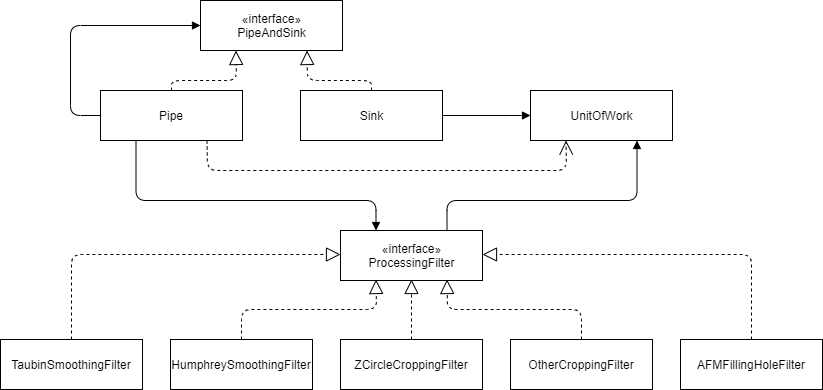
Before: image_class_diagram_3D FER_PipeAndFilter.png, a diagram exported from draw.io (DodoCafe/NTUT2020SpringDesignPatternFinalProject). Source tidied: cells renumbered, new cells last; positions are measured from the earlier drawing's top-left corner, leaving out a move shared by most shapes.
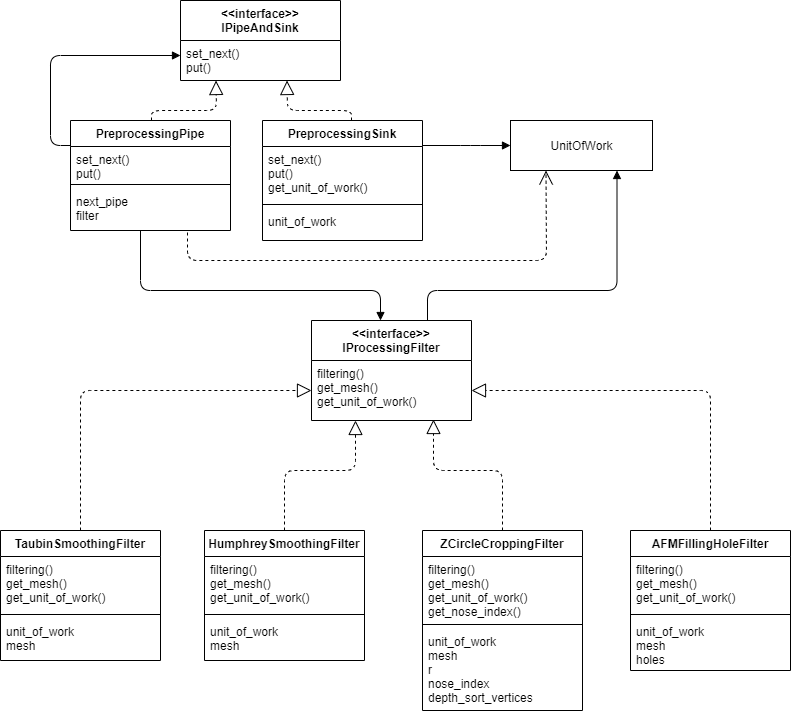
The same diagram one commit later.

Commit message:
[Fix] change class diagram

The edit, as a diff of the source:
```diff
@@ -2,11 +2,9 @@
   <root>
     <mxCell id="0" />
     <mxCell id="1" parent="0" />
-    <mxCell id="2" value="Pipe" style="rounded=0;whiteSpace=wrap;html=1;" parent="1" vertex="1">
-      <mxGeometry x="100" y="90" width="142" height="50" as="geometry" />
-    </mxCell>
-    <mxCell id="3" style="endArrow=block;dashed=1;endFill=0;endSize=12;html=1;entryX=0.25;entryY=1;entryDx=0;entryDy=0;exitX=0.5;exitY=0;exitDx=0;exitDy=0;" parent="1" edge="1" source="2">
+    <mxCell id="3" style="endArrow=block;dashed=1;endFill=0;endSize=12;html=1;entryX=0.25;entryY=1;entryDx=0;entryDy=0;exitX=0.5;exitY=0;exitDx=0;exitDy=0;" parent="1" edge="1">
       <mxGeometry relative="1" as="geometry">
+        <mxPoint x="171" y="90" as="sourcePoint" />
         <mxPoint x="235.5" y="50" as="targetPoint" />
         <Array as="points">
           <mxPoint x="171" y="80" />
@@ -14,21 +12,6 @@
         </Array>
       </mxGeometry>
     </mxCell>
-    <mxCell id="4" value="TaubinSmoothingFilter" style="rounded=0;whiteSpace=wrap;html=1;" parent="1" vertex="1">
-      <mxGeometry y="339" width="142" height="50" as="geometry" />
-    </mxCell>
-    <mxCell id="5" value="HumphreySmoothingFilter" style="rounded=0;whiteSpace=wrap;html=1;" parent="1" vertex="1">
-      <mxGeometry x="170" y="339" width="142" height="50" as="geometry" />
-    </mxCell>
-    <mxCell id="6" value="ZCircleCroppingFilter" style="rounded=0;whiteSpace=wrap;html=1;" parent="1" vertex="1">
-      <mxGeometry x="340" y="339" width="142" height="50" as="geometry" />
-    </mxCell>
-    <mxCell id="7" value="OtherCroppingFilter" style="rounded=0;whiteSpace=wrap;html=1;" parent="1" vertex="1">
-      <mxGeometry x="510" y="339" width="142" height="50" as="geometry" />
-    </mxCell>
-    <mxCell id="8" value="AFMFillingHoleFilter" style="rounded=0;whiteSpace=wrap;html=1;" parent="1" vertex="1">
-      <mxGeometry x="680" y="339" width="142" height="50" as="geometry" />
-    </mxCell>
     <mxCell id="9" style="endArrow=block;dashed=1;endFill=0;endSize=12;html=1;entryX=0.75;entryY=1;entryDx=0;entryDy=0;exitX=0.5;exitY=0;exitDx=0;exitDy=0;" parent="1" edge="1">
       <mxGeometry relative="1" as="geometry">
         <mxPoint x="371" y="90" as="sourcePoint" />
@@ -39,63 +22,46 @@
         </Array>
       </mxGeometry>
     </mxCell>
-    <mxCell id="10" style="endArrow=block;dashed=1;endFill=0;endSize=12;html=1;entryX=0;entryY=0.5;entryDx=0;entryDy=0;exitX=0.5;exitY=0;exitDx=0;exitDy=0;" parent="1" edge="1" source="4">
+    <mxCell id="10" style="endArrow=block;dashed=1;endFill=0;endSize=12;html=1;entryX=0;entryY=0.5;entryDx=0;entryDy=0;exitX=0.5;exitY=0;exitDx=0;exitDy=0;" parent="1" edge="1" source="4" target="39">
       <mxGeometry relative="1" as="geometry">
-        <mxPoint x="340" y="254" as="targetPoint" />
         <Array as="points">
-          <mxPoint x="71" y="254" />
+          <mxPoint x="100" y="360" />
         </Array>
       </mxGeometry>
     </mxCell>
-    <mxCell id="11" style="endArrow=block;dashed=1;endFill=0;endSize=12;html=1;entryX=1;entryY=0.5;entryDx=0;entryDy=0;exitX=0.5;exitY=0;exitDx=0;exitDy=0;" parent="1" edge="1" source="8">
+    <mxCell id="11" style="endArrow=block;dashed=1;endFill=0;endSize=12;html=1;entryX=1;entryY=0.5;entryDx=0;entryDy=0;exitX=0.5;exitY=0;exitDx=0;exitDy=0;" parent="1" edge="1" source="8" target="39">
       <mxGeometry relative="1" as="geometry">
-        <mxPoint x="482" y="254" as="targetPoint" />
         <Array as="points">
-          <mxPoint x="751" y="254" />
-          <mxPoint x="540" y="254" />
+          <mxPoint x="730" y="360" />
+          <mxPoint x="540" y="360" />
         </Array>
       </mxGeometry>
     </mxCell>
-    <mxCell id="12" style="endArrow=block;dashed=1;endFill=0;endSize=12;html=1;entryX=0.25;entryY=1;entryDx=0;entryDy=0;exitX=0.5;exitY=0;exitDx=0;exitDy=0;" parent="1" edge="1" source="5">
+    <mxCell id="12" style="endArrow=block;dashed=1;endFill=0;endSize=12;html=1;exitX=0.5;exitY=0;exitDx=0;exitDy=0;" parent="1" edge="1" source="5">
       <mxGeometry relative="1" as="geometry">
-        <mxPoint x="375.5" y="279" as="targetPoint" />
+        <mxPoint x="375" y="390" as="targetPoint" />
         <Array as="points">
-          <mxPoint x="241" y="309" />
-          <mxPoint x="376" y="309" />
+          <mxPoint x="304" y="440" />
+          <mxPoint x="375" y="440" />
         </Array>
       </mxGeometry>
     </mxCell>
-    <mxCell id="13" style="endArrow=block;dashed=1;endFill=0;endSize=12;html=1;entryX=0.5;entryY=1;entryDx=0;entryDy=0;exitX=0.5;exitY=0;exitDx=0;exitDy=0;" parent="1" edge="1" source="6">
+    <mxCell id="13" style="endArrow=block;dashed=1;endFill=0;endSize=12;html=1;exitX=0.5;exitY=0;exitDx=0;exitDy=0;" parent="1" edge="1" source="6">
       <mxGeometry relative="1" as="geometry">
-        <mxPoint x="411" y="279" as="targetPoint" />
+        <mxPoint x="453" y="389" as="targetPoint" />
         <Array as="points">
-          <mxPoint x="411" y="319" />
+          <mxPoint x="522" y="440" />
+          <mxPoint x="453" y="440" />
         </Array>
       </mxGeometry>
     </mxCell>
-    <mxCell id="14" style="endArrow=block;dashed=1;endFill=0;endSize=12;html=1;entryX=0.75;entryY=1;entryDx=0;entryDy=0;exitX=0.5;exitY=0;exitDx=0;exitDy=0;" parent="1" edge="1" source="7">
-      <mxGeometry relative="1" as="geometry">
-        <mxPoint x="446.5" y="279" as="targetPoint" />
-        <Array as="points">
-          <mxPoint x="581" y="309" />
-          <mxPoint x="447" y="309" />
-        </Array>
-      </mxGeometry>
-    </mxCell>
-    <mxCell id="15" value="«interface»&lt;br&gt;PipeAndSink" style="html=1;" parent="1" vertex="1">
-      <mxGeometry x="200" width="142" height="50" as="geometry" />
-    </mxCell>
-    <mxCell id="16" value="Sink" style="html=1;" parent="1" vertex="1">
-      <mxGeometry x="300" y="90" width="142" height="50" as="geometry" />
-    </mxCell>
-    <mxCell id="17" value="«interface»&lt;br&gt;ProcessingFilter" style="html=1;" parent="1" vertex="1">
-      <mxGeometry x="340" y="230" width="142" height="50" as="geometry" />
-    </mxCell>
-    <mxCell id="18" style="endArrow=block;endFill=1;html=1;edgeStyle=orthogonalEdgeStyle;align=left;verticalAlign=top;exitX=0.25;exitY=1;exitDx=0;exitDy=0;entryX=0.25;entryY=0;entryDx=0;entryDy=0;" parent="1" edge="1" source="2" target="17">
+    <mxCell id="18" style="endArrow=block;endFill=1;html=1;edgeStyle=orthogonalEdgeStyle;align=left;verticalAlign=top;exitX=0.25;exitY=1;exitDx=0;exitDy=0;entryX=0.25;entryY=0;entryDx=0;entryDy=0;" parent="1" edge="1">
       <mxGeometry y="110" relative="1" as="geometry">
+        <mxPoint x="160" y="200" as="sourcePoint" />
+        <mxPoint x="400" y="290" as="targetPoint" />
         <Array as="points">
-          <mxPoint x="136" y="200" />
-          <mxPoint x="376" y="200" />
+          <mxPoint x="160.5" y="260" />
+          <mxPoint x="400.5" y="260" />
         </Array>
       </mxGeometry>
     </mxCell>
@@ -104,8 +70,10 @@
         <mxPoint x="231" y="-130" as="offset" />
       </mxGeometry>
     </mxCell>
-    <mxCell id="20" style="endArrow=block;endFill=1;html=1;edgeStyle=orthogonalEdgeStyle;align=left;verticalAlign=top;exitX=0;exitY=0.5;exitDx=0;exitDy=0;entryX=0;entryY=0.5;entryDx=0;entryDy=0;" parent="1" edge="1" source="2" target="15">
+    <mxCell id="20" style="endArrow=block;endFill=1;html=1;edgeStyle=orthogonalEdgeStyle;align=left;verticalAlign=top;exitX=0;exitY=0.5;exitDx=0;exitDy=0;entryX=0;entryY=0.5;entryDx=0;entryDy=0;" parent="1" edge="1">
       <mxGeometry y="110" relative="1" as="geometry">
+        <mxPoint x="100" y="115" as="sourcePoint" />
+        <mxPoint x="200" y="25" as="targetPoint" />
         <Array as="points">
           <mxPoint x="70" y="115" />
           <mxPoint x="70" y="25" />
@@ -120,11 +88,12 @@
     <mxCell id="22" value="UnitOfWork" style="html=1;" parent="1" vertex="1">
       <mxGeometry x="530" y="90" width="142" height="50" as="geometry" />
     </mxCell>
-    <mxCell id="23" style="endArrow=block;endFill=1;html=1;edgeStyle=orthogonalEdgeStyle;align=left;verticalAlign=top;entryX=0;entryY=0.5;entryDx=0;entryDy=0;exitX=1;exitY=0.5;exitDx=0;exitDy=0;" parent="1" edge="1" source="16" target="22">
+    <mxCell id="23" style="endArrow=block;endFill=1;html=1;edgeStyle=orthogonalEdgeStyle;align=left;verticalAlign=top;entryX=0;entryY=0.5;entryDx=0;entryDy=0;exitX=1;exitY=0.5;exitDx=0;exitDy=0;" parent="1" edge="1" target="22">
       <mxGeometry y="110" relative="1" as="geometry">
+        <mxPoint x="442" y="115" as="sourcePoint" />
         <Array as="points">
-          <mxPoint x="520" y="115" />
-          <mxPoint x="520" y="115" />
+          <mxPoint x="490" y="115" />
+          <mxPoint x="490" y="115" />
         </Array>
       </mxGeometry>
     </mxCell>
@@ -133,19 +102,22 @@
         <mxPoint x="231" y="-130" as="offset" />
       </mxGeometry>
     </mxCell>
-    <mxCell id="25" style="endArrow=open;endSize=12;dashed=1;html=1;exitX=0.75;exitY=1;exitDx=0;exitDy=0;entryX=0.25;entryY=1;entryDx=0;entryDy=0;" parent="1" edge="1" source="2" target="22">
+    <mxCell id="25" style="endArrow=open;endSize=12;dashed=1;html=1;entryX=0.25;entryY=1;entryDx=0;entryDy=0;" parent="1" edge="1" target="22">
       <mxGeometry x="-0.03" y="-76" relative="1" as="geometry">
+        <mxPoint x="207" y="202" as="sourcePoint" />
         <Array as="points">
-          <mxPoint x="207" y="170" />
-          <mxPoint x="566" y="170" />
+          <mxPoint x="207" y="230" />
+          <mxPoint x="380" y="230" />
+          <mxPoint x="566" y="230" />
         </Array>
       </mxGeometry>
     </mxCell>
-    <mxCell id="26" style="endArrow=block;endFill=1;html=1;edgeStyle=orthogonalEdgeStyle;align=left;verticalAlign=top;exitX=0.75;exitY=0;exitDx=0;exitDy=0;entryX=0.75;entryY=1;entryDx=0;entryDy=0;" parent="1" edge="1" source="17" target="22">
+    <mxCell id="26" style="endArrow=block;endFill=1;html=1;edgeStyle=orthogonalEdgeStyle;align=left;verticalAlign=top;entryX=0.75;entryY=1;entryDx=0;entryDy=0;" parent="1" edge="1" target="22">
       <mxGeometry y="110" relative="1" as="geometry">
+        <mxPoint x="447" y="290" as="sourcePoint" />
         <Array as="points">
-          <mxPoint x="447" y="200" />
-          <mxPoint x="637" y="200" />
+          <mxPoint x="447" y="260" />
+          <mxPoint x="637" y="260" />
         </Array>
       </mxGeometry>
     </mxCell>
@@ -154,5 +126,89 @@
         <mxPoint x="231" y="-130" as="offset" />
       </mxGeometry>
     </mxCell>
+    <mxCell id="28" value="&lt;&lt;interface&gt;&gt;&#10;IPipeAndSink" style="swimlane;fontStyle=1;align=center;verticalAlign=top;horizontal=1;startSize=40;" parent="1" vertex="1">
+      <mxGeometry x="200" y="-30" width="160" height="80" as="geometry" />
+    </mxCell>
+    <mxCell id="29" value="set_next()&#10;put()" style="text;strokeColor=none;fillColor=none;align=left;verticalAlign=top;spacingLeft=4;spacingRight=4;overflow=hidden;" parent="28" vertex="1">
+      <mxGeometry y="40" width="160" height="40" as="geometry" />
+    </mxCell>
+    <mxCell id="30" value="PreprocessingPipe" style="swimlane;fontStyle=1;align=center;verticalAlign=top;horizontal=1;startSize=26;" parent="1" vertex="1">
+      <mxGeometry x="90" y="90" width="160" height="110" as="geometry" />
+    </mxCell>
+    <mxCell id="31" value="set_next()&#10;put()" style="text;strokeColor=none;fillColor=none;align=left;verticalAlign=top;spacingLeft=4;spacingRight=4;overflow=hidden;" parent="30" vertex="1">
+      <mxGeometry y="26" width="160" height="34" as="geometry" />
+    </mxCell>
+    <mxCell id="32" style="line;strokeWidth=1;fillColor=none;align=left;verticalAlign=middle;spacingTop=-1;spacingLeft=3;spacingRight=3;labelPosition=right;" parent="30" vertex="1">
+      <mxGeometry y="60" width="160" height="8" as="geometry" />
+    </mxCell>
+    <mxCell id="33" value="next_pipe&#10;filter" style="text;strokeColor=none;fillColor=none;align=left;verticalAlign=top;spacingLeft=4;spacingRight=4;overflow=hidden;" parent="30" vertex="1">
+      <mxGeometry y="68" width="160" height="42" as="geometry" />
+    </mxCell>
+    <mxCell id="34" value="PreprocessingSink" style="swimlane;fontStyle=1;align=center;verticalAlign=top;horizontal=1;startSize=26;" parent="1" vertex="1">
+      <mxGeometry x="282" y="90" width="160" height="120" as="geometry" />
+    </mxCell>
+    <mxCell id="35" value="set_next()&#10;put()&#10;get_unit_of_work()" style="text;strokeColor=none;fillColor=none;align=left;verticalAlign=top;spacingLeft=4;spacingRight=4;overflow=hidden;" parent="34" vertex="1">
+      <mxGeometry y="26" width="160" height="54" as="geometry" />
+    </mxCell>
+    <mxCell id="36" style="line;strokeWidth=1;fillColor=none;align=left;verticalAlign=middle;spacingTop=-1;spacingLeft=3;spacingRight=3;labelPosition=right;" parent="34" vertex="1">
+      <mxGeometry y="80" width="160" height="8" as="geometry" />
+    </mxCell>
+    <mxCell id="37" value="unit_of_work" style="text;strokeColor=none;fillColor=none;align=left;verticalAlign=top;spacingLeft=4;spacingRight=4;overflow=hidden;" parent="34" vertex="1">
+      <mxGeometry y="88" width="160" height="32" as="geometry" />
+    </mxCell>
+    <mxCell id="38" value="&lt;&lt;interface&gt;&gt;&#10;IProcessingFilter" style="swimlane;fontStyle=1;align=center;verticalAlign=top;horizontal=1;startSize=40;" parent="1" vertex="1">
+      <mxGeometry x="331" y="290" width="160" height="100" as="geometry" />
+    </mxCell>
+    <mxCell id="39" value="filtering()&#10;get_mesh()&#10;get_unit_of_work()" style="text;strokeColor=none;fillColor=none;align=left;verticalAlign=top;spacingLeft=4;spacingRight=4;overflow=hidden;points=[[0,0.5],[1,0.5]];portConstraint=eastwest;" parent="38" vertex="1">
+      <mxGeometry y="40" width="160" height="60" as="geometry" />
+    </mxCell>
+    <mxCell id="5" value="HumphreySmoothingFilter" style="swimlane;fontStyle=1;align=center;verticalAlign=top;horizontal=1;startSize=26;" parent="1" vertex="1">
+      <mxGeometry x="224" y="500" width="160" height="130" as="geometry" />
+    </mxCell>
+    <mxCell id="40" value="filtering()&#10;get_mesh()&#10;get_unit_of_work()" style="text;strokeColor=none;fillColor=none;align=left;verticalAlign=top;spacingLeft=4;spacingRight=4;overflow=hidden;" parent="5" vertex="1">
+      <mxGeometry y="26" width="160" height="54" as="geometry" />
+    </mxCell>
+    <mxCell id="41" style="line;strokeWidth=1;fillColor=none;align=left;verticalAlign=middle;spacingTop=-1;spacingLeft=3;spacingRight=3;labelPosition=right;" parent="5" vertex="1">
+      <mxGeometry y="80" width="160" height="8" as="geometry" />
+    </mxCell>
+    <mxCell id="42" value="unit_of_work&#10;mesh" style="text;strokeColor=none;fillColor=none;align=left;verticalAlign=top;spacingLeft=4;spacingRight=4;overflow=hidden;" parent="5" vertex="1">
+      <mxGeometry y="88" width="160" height="42" as="geometry" />
+    </mxCell>
+    <mxCell id="6" value="ZCircleCroppingFilter" style="swimlane;fontStyle=1;align=center;verticalAlign=top;horizontal=1;startSize=26;" parent="1" vertex="1">
+      <mxGeometry x="442" y="500" width="160" height="180" as="geometry" />
+    </mxCell>
+    <mxCell id="43" value="filtering()&#10;get_mesh()&#10;get_unit_of_work()&#10;get_nose_index()" style="text;strokeColor=none;fillColor=none;align=left;verticalAlign=top;spacingLeft=4;spacingRight=4;overflow=hidden;" parent="6" vertex="1">
+      <mxGeometry y="26" width="160" height="64" as="geometry" />
+    </mxCell>
+    <mxCell id="44" style="line;strokeWidth=1;fillColor=none;align=left;verticalAlign=middle;spacingTop=-1;spacingLeft=3;spacingRight=3;labelPosition=right;" parent="6" vertex="1">
+      <mxGeometry y="90" width="160" height="8" as="geometry" />
+    </mxCell>
+    <mxCell id="45" value="unit_of_work&#10;mesh&#10;r&#10;nose_index&#10;depth_sort_vertices" style="text;strokeColor=none;fillColor=none;align=left;verticalAlign=top;spacingLeft=4;spacingRight=4;overflow=hidden;" parent="6" vertex="1">
+      <mxGeometry y="98" width="160" height="82" as="geometry" />
+    </mxCell>
+    <mxCell id="4" value="TaubinSmoothingFilter" style="swimlane;fontStyle=1;align=center;verticalAlign=top;horizontal=1;startSize=26;" parent="1" vertex="1">
+      <mxGeometry x="20" y="500" width="160" height="130" as="geometry" />
+    </mxCell>
+    <mxCell id="46" value="filtering()&#10;get_mesh()&#10;get_unit_of_work()" style="text;strokeColor=none;fillColor=none;align=left;verticalAlign=top;spacingLeft=4;spacingRight=4;overflow=hidden;" parent="4" vertex="1">
+      <mxGeometry y="26" width="160" height="54" as="geometry" />
+    </mxCell>
+    <mxCell id="47" style="line;strokeWidth=1;fillColor=none;align=left;verticalAlign=middle;spacingTop=-1;spacingLeft=3;spacingRight=3;labelPosition=right;" parent="4" vertex="1">
+      <mxGeometry y="80" width="160" height="8" as="geometry" />
+    </mxCell>
+    <mxCell id="48" value="unit_of_work&#10;mesh" style="text;strokeColor=none;fillColor=none;align=left;verticalAlign=top;spacingLeft=4;spacingRight=4;overflow=hidden;" parent="4" vertex="1">
+      <mxGeometry y="88" width="160" height="42" as="geometry" />
+    </mxCell>
+    <mxCell id="8" value="AFMFillingHoleFilter" style="swimlane;fontStyle=1;align=center;verticalAlign=top;horizontal=1;startSize=26;" parent="1" vertex="1">
+      <mxGeometry x="650" y="500" width="160" height="140" as="geometry" />
+    </mxCell>
+    <mxCell id="49" value="filtering()&#10;get_mesh()&#10;get_unit_of_work()" style="text;strokeColor=none;fillColor=none;align=left;verticalAlign=top;spacingLeft=4;spacingRight=4;overflow=hidden;" parent="8" vertex="1">
+      <mxGeometry y="26" width="160" height="54" as="geometry" />
+    </mxCell>
+    <mxCell id="50" style="line;strokeWidth=1;fillColor=none;align=left;verticalAlign=middle;spacingTop=-1;spacingLeft=3;spacingRight=3;labelPosition=right;" parent="8" vertex="1">
+      <mxGeometry y="80" width="160" height="8" as="geometry" />
+    </mxCell>
+    <mxCell id="51" value="unit_of_work&#10;mesh&#10;holes" style="text;strokeColor=none;fillColor=none;align=left;verticalAlign=top;spacingLeft=4;spacingRight=4;overflow=hidden;" parent="8" vertex="1">
+      <mxGeometry y="88" width="160" height="52" as="geometry" />
+    </mxCell>
   </root>
 </mxGraphModel>
```
